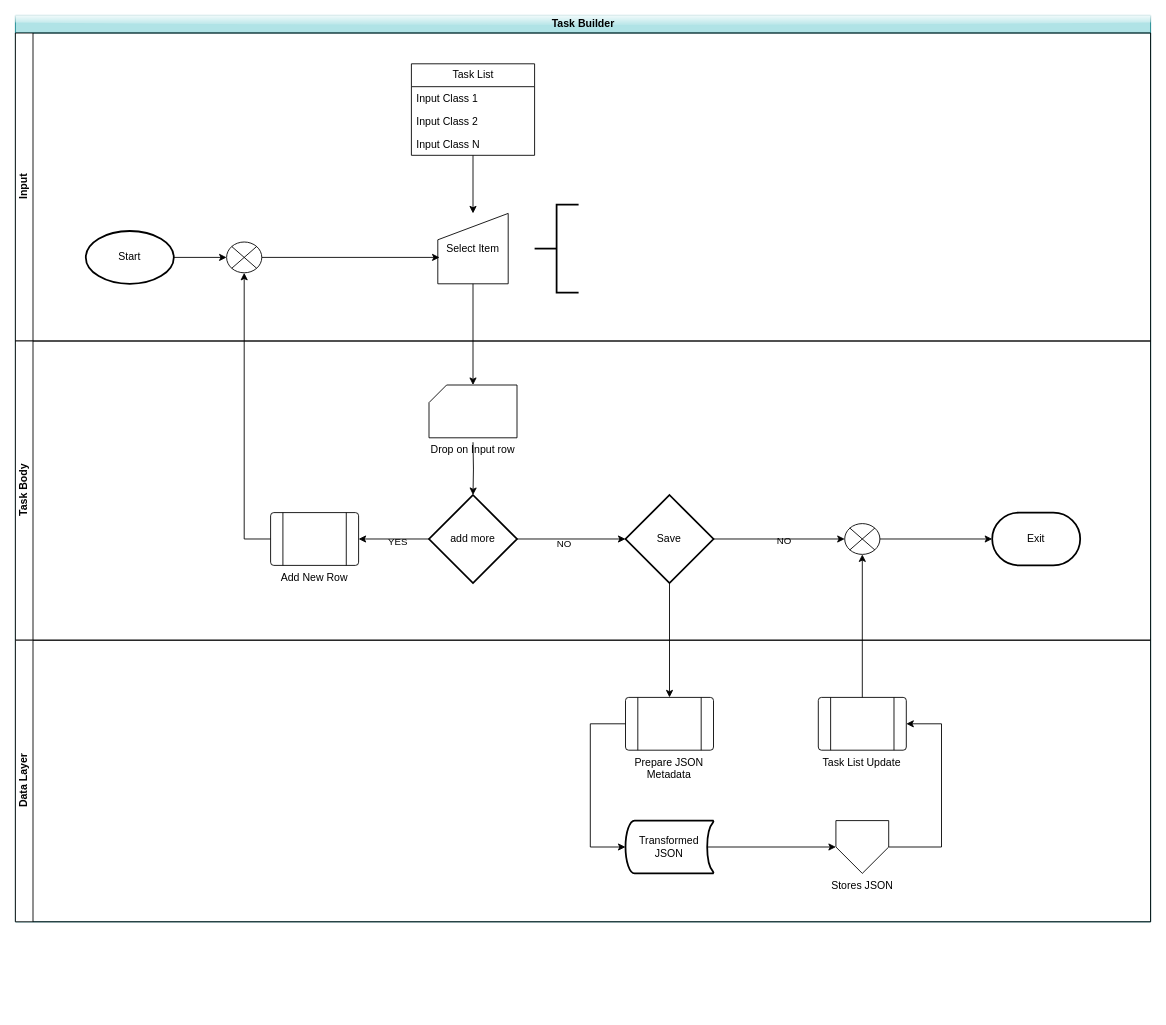
Before: docs/components.drawio in devicemxl/proFlow, a draw.io diagram. Source tidied: cells renumbered, new cells numbered last; positions are measured from the earlier drawing's top-left corner, leaving out a move shared by most shapes. Both pictures are drawn from the tidied source at 88%, with x=0, y=0 at pixel (15, 15).
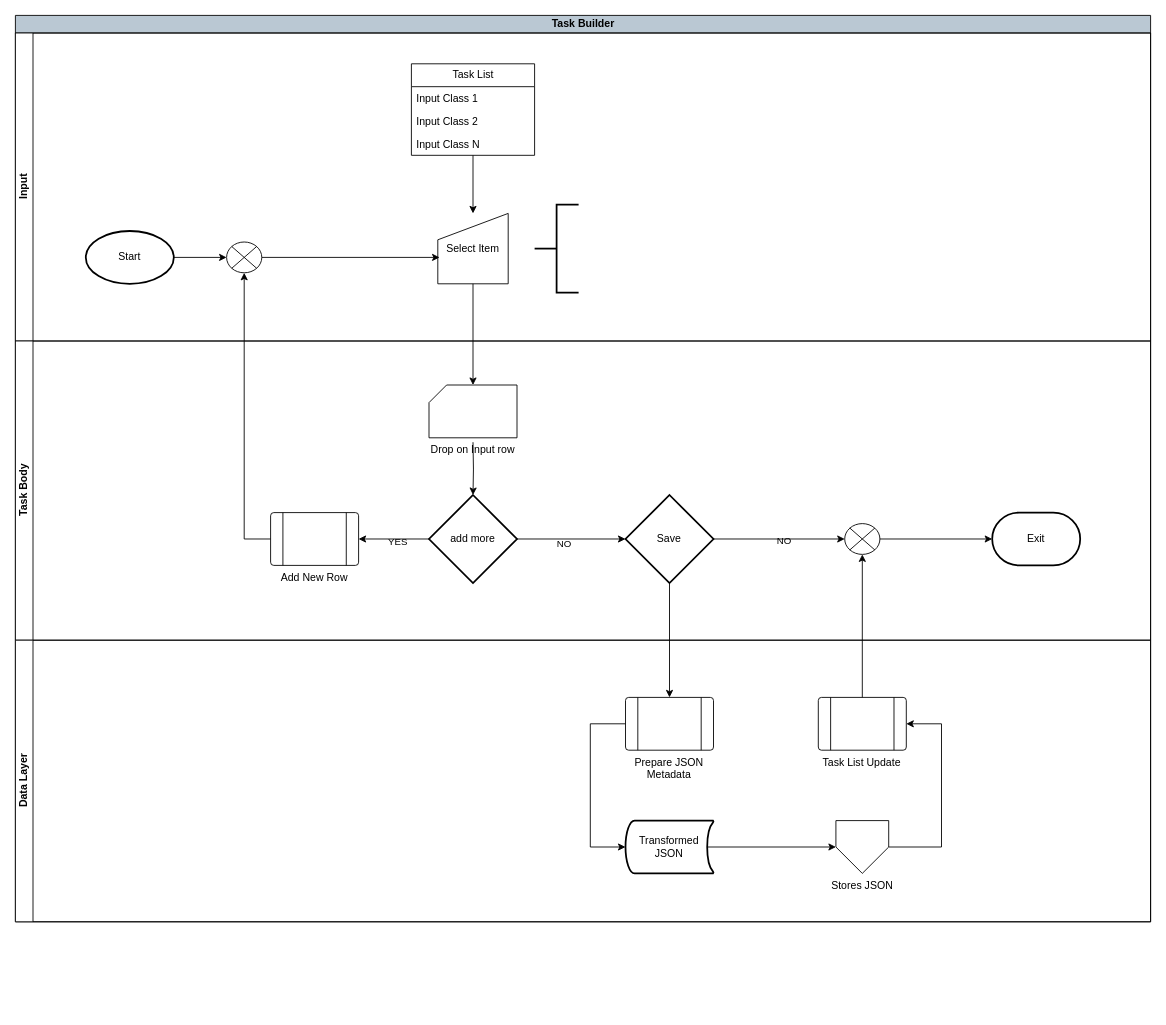
The same diagram, later.

The edit, as a diff of the source:
```diff
@@
-    <mxCell id="2" style="group;" parent="1" vertex="1">
-      <mxGeometry width="1290" height="1130" as="geometry" />
-    </mxCell>
+    <mxCell id="43" style="group;" parent="1" vertex="1">
+      <mxGeometry width="1290" height="1030" as="geometry" />
+    </mxCell>
-    <mxCell id="3" value="Task Builder" style="swimlane;horizontal=1;startSize=20;html=1;strokeColor=#0e8088;rounded=0;swimlaneLine=1;glass=1;shadow=0;labelBackgroundColor=none;fillColor=#b0e3e6;" parent="2" vertex="1">
+    <mxCell id="3" value="Task Builder" style="swimlane;horizontal=1;startSize=20;html=1;strokeColor=default;rounded=0;swimlaneLine=1;glass=0;shadow=0;labelBackgroundColor=none;fillColor=#bac8d3;gradientColor=none;fillStyle=solid;swimlaneFillColor=none;" parent="43" vertex="1">
       <mxGeometry width="1290" height="1030" as="geometry" />
     </mxCell>
-    <mxCell id="4" value="Input" style="swimlane;startSize=20;horizontal=0;html=1;labelBackgroundColor=none;" parent="2" vertex="1">
+    <mxCell id="4" value="Input" style="swimlane;startSize=20;horizontal=0;html=1;labelBackgroundColor=none;" parent="43" vertex="1">
       <mxGeometry y="20" width="1290" height="350" as="geometry" />
     </mxCell>
-    <mxCell id="5" value="Task Body" style="swimlane;startSize=20;horizontal=0;html=1;labelBackgroundColor=none;" parent="2" vertex="1">
+    <mxCell id="5" value="Task Body" style="swimlane;startSize=20;horizontal=0;html=1;labelBackgroundColor=none;" parent="43" vertex="1">
       <mxGeometry y="370" width="1290" height="340" as="geometry" />
     </mxCell>
@@
-    <mxCell id="42" value="Data Layer" style="swimlane;startSize=20;horizontal=0;html=1;labelBackgroundColor=none;" parent="2" vertex="1">
+    <mxCell id="42" value="Data Layer" style="swimlane;startSize=20;horizontal=0;html=1;labelBackgroundColor=none;" parent="43" vertex="1">
       <mxGeometry y="710" width="1290" height="320" as="geometry" />
     </mxCell>
```
